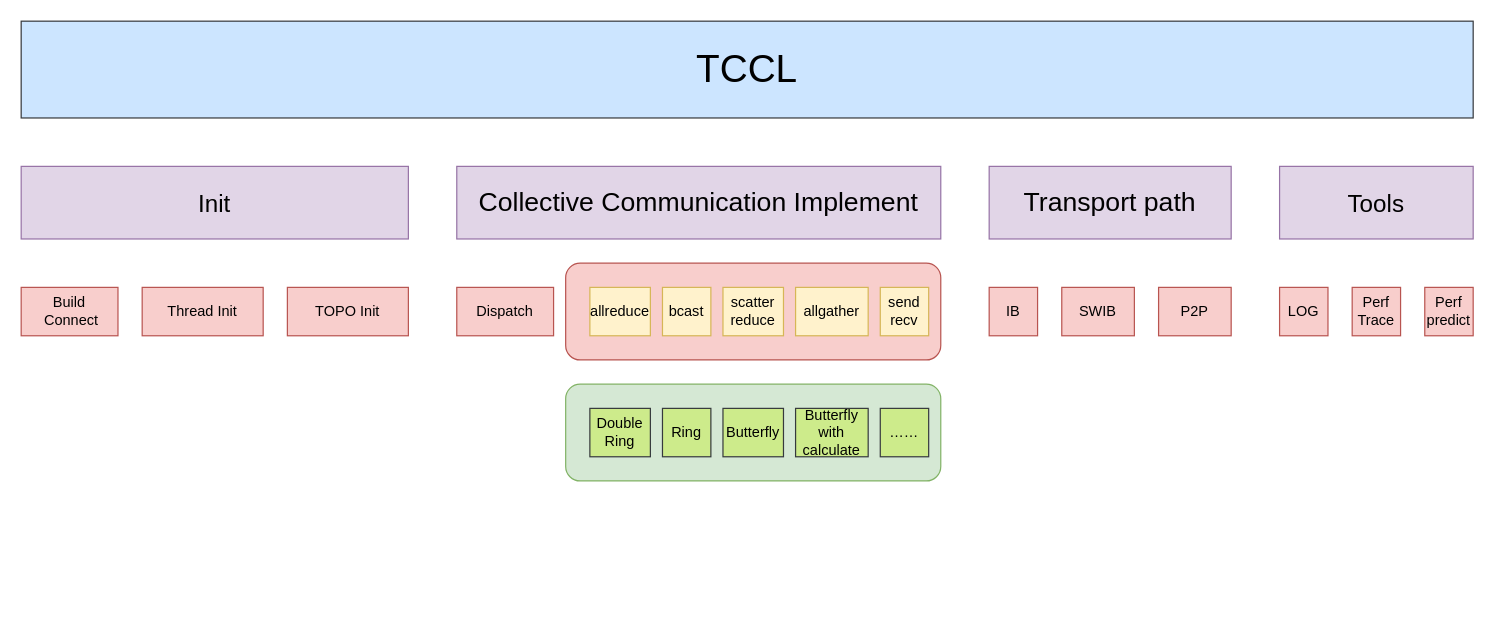
Above: TCCL/TCCL_ARCH/TCCLSoftwareArch2023.drawio in BEYHHH/SBLP (draw.io), before the change. Source tidied: cells renumbered, new cells numbered last; positions are measured from the earlier drawing's top-left corner, leaving out a move shared by most shapes. Both pictures are drawn from the tidied source at 121%, with x=0, y=0 at pixel (21, 21).
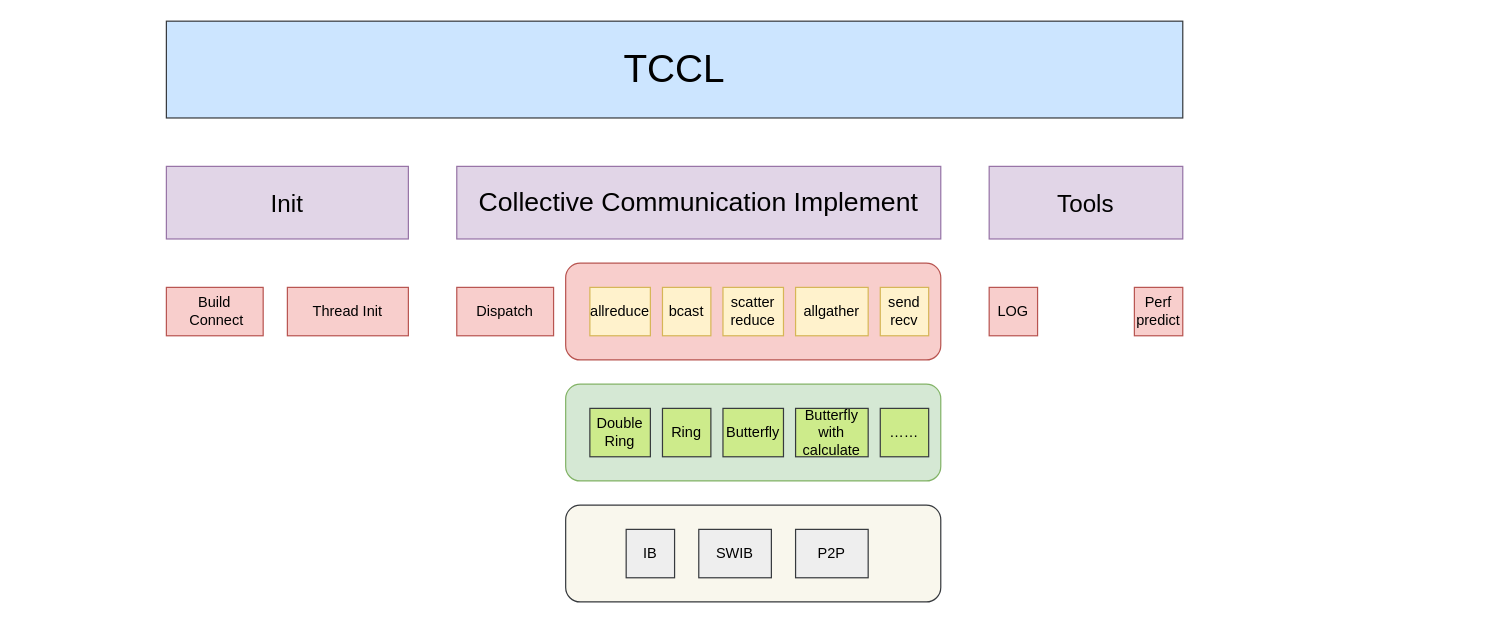
Above is the later version.

What changed in the source:
```diff
@@
+    <mxCell id="29" style="rounded=1;whiteSpace=wrap;html=1;fillColor=#f9f7ed;strokeColor=#36393d;" parent="1" vertex="1">
+      <mxGeometry x="450" y="400" width="310" height="80" as="geometry" />
+    </mxCell>
@@
     <mxCell id="3" value="&lt;font style=&quot;font-size: 32px;&quot;&gt;TCCL&lt;/font&gt;" style="rounded=0;whiteSpace=wrap;html=1;fillColor=#cce5ff;strokeColor=#36393d;" parent="1" vertex="1">
-      <mxGeometry width="1200" height="80" as="geometry" />
+      <mxGeometry x="120" width="840" height="80" as="geometry" />
     </mxCell>
     <mxCell id="4" value="Init" style="rounded=0;whiteSpace=wrap;html=1;fillColor=#e1d5e7;strokeColor=#9673a6;fontSize=20;" parent="1" vertex="1">
-      <mxGeometry y="120" width="320" height="60" as="geometry" />
+      <mxGeometry x="120" y="120" width="200" height="60" as="geometry" />
     </mxCell>
     <mxCell id="5" value="Tools" style="rounded=0;whiteSpace=wrap;html=1;fillColor=#e1d5e7;strokeColor=#9673a6;fontSize=20;" parent="1" vertex="1">
-      <mxGeometry x="1040" y="120" width="160" height="60" as="geometry" />
+      <mxGeometry x="800" y="120" width="160" height="60" as="geometry" />
     </mxCell>
     <mxCell id="6" value="LOG" style="rounded=0;whiteSpace=wrap;html=1;fillColor=#f8cecc;strokeColor=#b85450;" parent="1" vertex="1">
-      <mxGeometry x="1040" y="220" width="40" height="40" as="geometry" />
+      <mxGeometry x="800" y="220" width="40" height="40" as="geometry" />
     </mxCell>
-    <mxCell id="7" value="Perf Trace" style="rounded=0;whiteSpace=wrap;html=1;fillColor=#f8cecc;strokeColor=#b85450;" parent="1" vertex="1">
-      <mxGeometry x="1100" y="220" width="40" height="40" as="geometry" />
-    </mxCell>
-    <mxCell id="8" value="&lt;font style=&quot;font-size: 22px;&quot;&gt;Transport path&lt;/font&gt;" style="rounded=0;whiteSpace=wrap;html=1;fillColor=#e1d5e7;strokeColor=#9673a6;fontSize=21;" parent="1" vertex="1">
-      <mxGeometry x="800" y="120" width="200" height="60" as="geometry" />
-    </mxCell>
@@
-    <mxCell id="11" value="IB" style="rounded=0;whiteSpace=wrap;html=1;fillColor=#f8cecc;strokeColor=#b85450;" parent="1" vertex="1">
-      <mxGeometry x="800" y="220" width="40" height="40" as="geometry" />
+    <mxCell id="11" value="IB" style="rounded=0;whiteSpace=wrap;html=1;fillColor=#eeeeee;strokeColor=#36393d;" parent="1" vertex="1">
+      <mxGeometry x="500" y="420" width="40" height="40" as="geometry" />
     </mxCell>
-    <mxCell id="12" value="SWIB" style="rounded=0;whiteSpace=wrap;html=1;fillColor=#f8cecc;strokeColor=#b85450;" parent="1" vertex="1">
-      <mxGeometry x="860" y="220" width="60" height="40" as="geometry" />
+    <mxCell id="12" value="SWIB" style="rounded=0;whiteSpace=wrap;html=1;fillColor=#eeeeee;strokeColor=#36393d;" parent="1" vertex="1">
+      <mxGeometry x="560" y="420" width="60" height="40" as="geometry" />
     </mxCell>
-    <mxCell id="13" value="P2P" style="rounded=0;whiteSpace=wrap;html=1;fillColor=#f8cecc;strokeColor=#b85450;" parent="1" vertex="1">
-      <mxGeometry x="940" y="220" width="60" height="40" as="geometry" />
+    <mxCell id="13" value="P2P" style="rounded=0;whiteSpace=wrap;html=1;fillColor=#eeeeee;strokeColor=#36393d;" parent="1" vertex="1">
+      <mxGeometry x="640" y="420" width="60" height="40" as="geometry" />
     </mxCell>
@@
     <mxCell id="19" value="Thread Init" style="rounded=0;whiteSpace=wrap;html=1;fillColor=#f8cecc;strokeColor=#b85450;" parent="1" vertex="1">
-      <mxGeometry x="100" y="220" width="100" height="40" as="geometry" />
+      <mxGeometry x="220" y="220" width="100" height="40" as="geometry" />
     </mxCell>
     <mxCell id="20" value="Build&lt;br&gt;&amp;nbsp;Connect" style="rounded=0;whiteSpace=wrap;html=1;fillColor=#f8cecc;strokeColor=#b85450;" parent="1" vertex="1">
-      <mxGeometry y="220" width="80" height="40" as="geometry" />
+      <mxGeometry x="120" y="220" width="80" height="40" as="geometry" />
     </mxCell>
     <mxCell id="21" value="Perf&lt;br&gt;predict" style="rounded=0;whiteSpace=wrap;html=1;fillColor=#f8cecc;strokeColor=#b85450;" parent="1" vertex="1">
-      <mxGeometry x="1160" y="220" width="40" height="40" as="geometry" />
+      <mxGeometry x="920" y="220" width="40" height="40" as="geometry" />
     </mxCell>
-    <mxCell id="22" value="TOPO Init" style="rounded=0;whiteSpace=wrap;html=1;fillColor=#f8cecc;strokeColor=#b85450;" parent="1" vertex="1">
-      <mxGeometry x="220" y="220" width="100" height="40" as="geometry" />
-    </mxCell>
```
